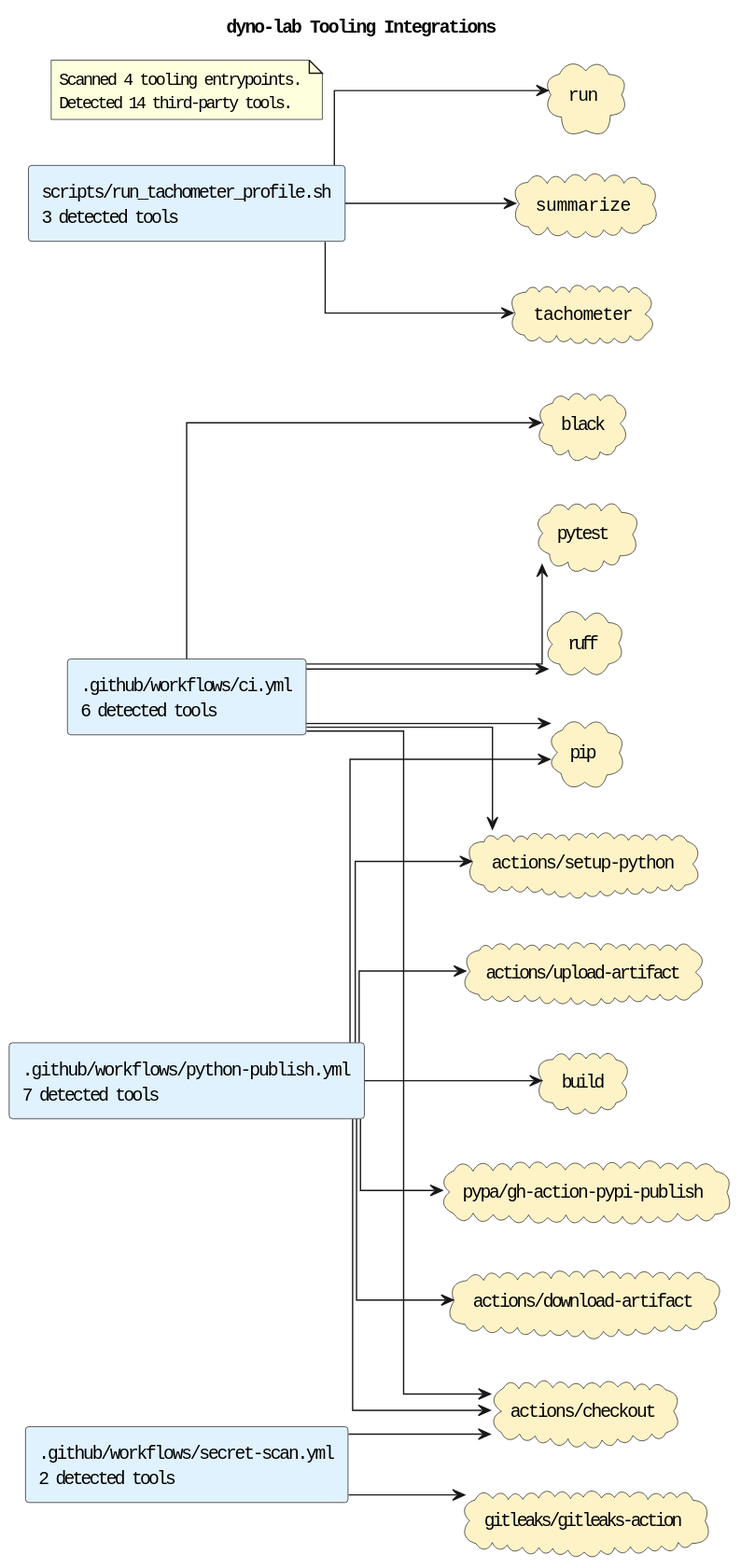
casonk/dyno-lab keeps this PlantUML diagram as docs/diagrams/tooling-integrations.puml.svg. Above is the earlier version.
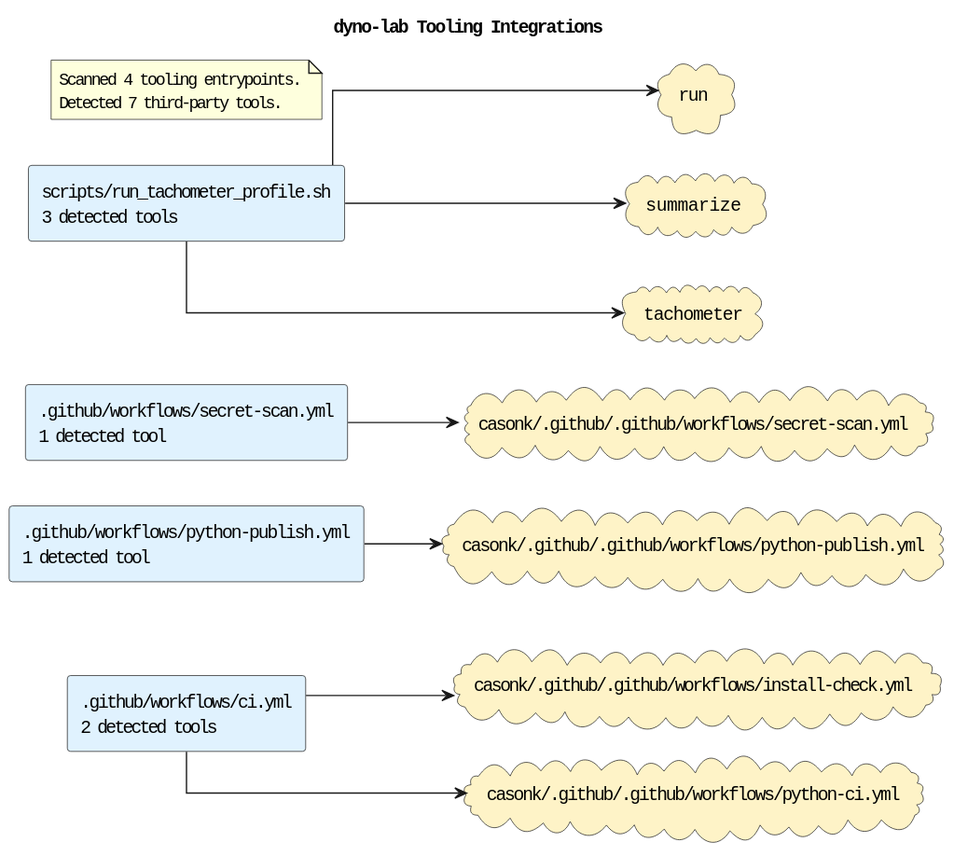
After the commit.

Diff of the diagram source:
```diff
@@ -5,44 +5,26 @@
 skinparam defaultFontName Monospace
 skinparam componentStyle rectangle
 skinparam linetype ortho
-rectangle ".github/workflows/ci.yml\n6 detected tools" as source_github_workflows_ci_yml #E0F2FE
-rectangle ".github/workflows/python-publish.yml\n7 detected tools" as source_github_workflows_python_publish_yml #E0F2FE
-rectangle ".github/workflows/secret-scan.yml\n2 detected tools" as source_github_workflows_secret_scan_yml #E0F2FE
+rectangle ".github/workflows/ci.yml\n2 detected tools" as source_github_workflows_ci_yml #E0F2FE
+rectangle ".github/workflows/python-publish.yml\n1 detected tool" as source_github_workflows_python_publish_yml #E0F2FE
+rectangle ".github/workflows/secret-scan.yml\n1 detected tool" as source_github_workflows_secret_scan_yml #E0F2FE
 rectangle "scripts/run_tachometer_profile.sh\n3 detected tools" as source_scripts_run_tachometer_profile_sh #E0F2FE
-cloud "actions/checkout" as tool_actions_checkout #FEF3C7
-cloud "actions/download-artifact" as tool_actions_download_artifact #FEF3C7
-cloud "actions/setup-python" as tool_actions_setup_python #FEF3C7
-cloud "actions/upload-artifact" as tool_actions_upload_artifact #FEF3C7
-cloud "black" as tool_black #FEF3C7
-cloud "build" as tool_build #FEF3C7
-cloud "gitleaks/gitleaks-action" as tool_gitleaks_gitleaks_action #FEF3C7
-cloud "pip" as tool_pip #FEF3C7
-cloud "pypa/gh-action-pypi-publish" as tool_pypa_gh_action_pypi_publish #FEF3C7
-cloud "pytest" as tool_pytest #FEF3C7
-cloud "ruff" as tool_ruff #FEF3C7
+cloud "casonk/.github/.github/workflows/install-check.yml" as tool_casonk_github_github_workflows_install_check_yml #FEF3C7
+cloud "casonk/.github/.github/workflows/python-ci.yml" as tool_casonk_github_github_workflows_python_ci_yml #FEF3C7
+cloud "casonk/.github/.github/workflows/python-publish.yml" as tool_casonk_github_github_workflows_python_publish_yml #FEF3C7
+cloud "casonk/.github/.github/workflows/secret-scan.yml" as tool_casonk_github_github_workflows_secret_scan_yml #FEF3C7
 cloud "run" as tool_run #FEF3C7
 cloud "summarize" as tool_summarize #FEF3C7
 cloud "tachometer" as tool_tachometer #FEF3C7
-source_github_workflows_ci_yml --> tool_actions_checkout
-source_github_workflows_ci_yml --> tool_actions_setup_python
-source_github_workflows_ci_yml --> tool_black
-source_github_workflows_ci_yml --> tool_pip
-source_github_workflows_ci_yml --> tool_pytest
-source_github_workflows_ci_yml --> tool_ruff
-source_github_workflows_python_publish_yml --> tool_actions_checkout
-source_github_workflows_python_publish_yml --> tool_actions_download_artifact
-source_github_workflows_python_publish_yml --> tool_actions_setup_python
-source_github_workflows_python_publish_yml --> tool_actions_upload_artifact
-source_github_workflows_python_publish_yml --> tool_build
-source_github_workflows_python_publish_yml --> tool_pip
-source_github_workflows_python_publish_yml --> tool_pypa_gh_action_pypi_publish
-source_github_workflows_secret_scan_yml --> tool_actions_checkout
-source_github_workflows_secret_scan_yml --> tool_gitleaks_gitleaks_action
+source_github_workflows_ci_yml --> tool_casonk_github_github_workflows_install_check_yml
+source_github_workflows_ci_yml --> tool_casonk_github_github_workflows_python_ci_yml
+source_github_workflows_python_publish_yml --> tool_casonk_github_github_workflows_python_publish_yml
+source_github_workflows_secret_scan_yml --> tool_casonk_github_github_workflows_secret_scan_yml
 source_scripts_run_tachometer_profile_sh --> tool_run
 source_scripts_run_tachometer_profile_sh --> tool_summarize
 source_scripts_run_tachometer_profile_sh --> tool_tachometer
 note as toolingGraphSummary
 Scanned 4 tooling entrypoints.
-Detected 14 third-party tools.
+Detected 7 third-party tools.
 end note
 @enduml
```
